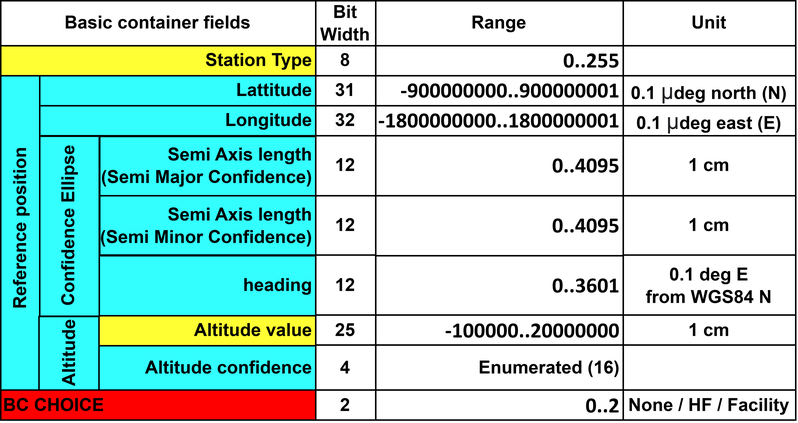
sandaruwanjayaweera/v2xplus keeps this draw.io diagram as uav_cam/protocol stack basic container.drawio.png. Above is the earlier version. Source tidied: cells renumbered, new cells last; positions are measured from the earlier drawing's top-left corner, leaving out a move shared by most shapes.
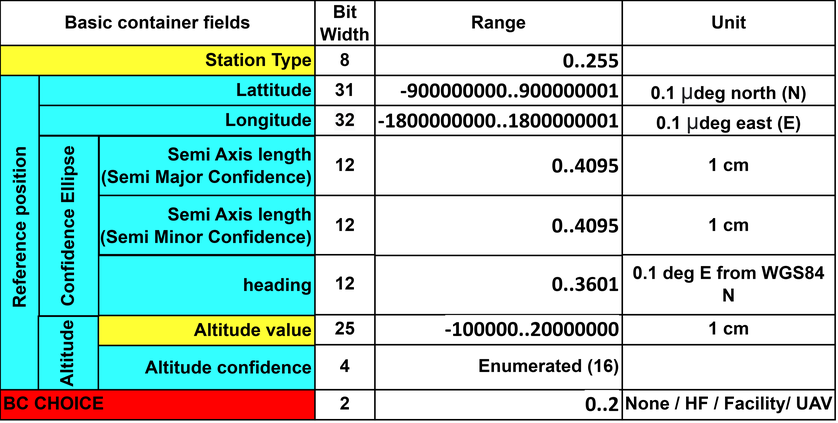
After the commit.

Commit message:
choice flexible

What changed in the source:
```diff
@@ -81,31 +81,31 @@
       <mxGeometry x="346" y="229.5" width="165" height="30" as="geometry" />
     </mxCell>
     <mxCell id="28" value="Unit" style="rounded=0;whiteSpace=wrap;html=1;align=center;fillColor=#FFFFFF;fontStyle=1;" parent="1" vertex="1">
-      <mxGeometry x="511" width="115" height="30" as="geometry" />
+      <mxGeometry x="511" width="142" height="30" as="geometry" />
     </mxCell>
     <mxCell id="29" style="rounded=0;whiteSpace=wrap;html=1;align=center;fillColor=#FFFFFF;fontStyle=1;" parent="1" vertex="1">
-      <mxGeometry x="511" y="30" width="115" height="20" as="geometry" />
+      <mxGeometry x="511" y="30" width="142" height="20" as="geometry" />
     </mxCell>
     <mxCell id="30" value="0.1&amp;nbsp;&lt;span style=&quot;color: rgb(32 , 33 , 36) ; font-family: &amp;#34;arial&amp;#34; , sans-serif ; font-weight: 400 ; text-align: left ; background-color: rgb(255 , 255 , 255)&quot;&gt;&lt;font style=&quot;font-size: 15px&quot;&gt;µ&lt;/font&gt;&lt;/span&gt;deg north (N)" style="rounded=0;whiteSpace=wrap;html=1;align=center;fillColor=#FFFFFF;fontStyle=1;" parent="1" vertex="1">
-      <mxGeometry x="511" y="50" width="115" height="20" as="geometry" />
+      <mxGeometry x="511" y="50" width="142" height="20" as="geometry" />
     </mxCell>
     <mxCell id="31" value="0.1&amp;nbsp;&lt;span style=&quot;color: rgb(32 , 33 , 36) ; font-family: &amp;#34;arial&amp;#34; , sans-serif ; font-weight: 400 ; text-align: left ; background-color: rgb(255 , 255 , 255)&quot;&gt;&lt;font style=&quot;font-size: 15px&quot;&gt;µ&lt;/font&gt;&lt;/span&gt;deg&amp;nbsp;east (E)" style="rounded=0;whiteSpace=wrap;html=1;align=center;fillColor=#FFFFFF;fontStyle=1;" parent="1" vertex="1">
-      <mxGeometry x="511" y="70" width="115" height="20" as="geometry" />
+      <mxGeometry x="511" y="70" width="142" height="20" as="geometry" />
     </mxCell>
     <mxCell id="32" value="1 cm" style="rounded=0;whiteSpace=wrap;html=1;align=center;fillColor=#FFFFFF;fontStyle=1;" parent="1" vertex="1">
-      <mxGeometry x="511" y="90" width="115" height="40" as="geometry" />
+      <mxGeometry x="511" y="90" width="142" height="40" as="geometry" />
     </mxCell>
     <mxCell id="33" value="1 cm" style="rounded=0;whiteSpace=wrap;html=1;align=center;fillColor=#FFFFFF;fontStyle=1;" parent="1" vertex="1">
-      <mxGeometry x="511" y="130" width="115" height="40" as="geometry" />
+      <mxGeometry x="511" y="130" width="142" height="40" as="geometry" />
     </mxCell>
     <mxCell id="34" value="0.1 deg E from&amp;nbsp;&lt;span class=&quot;fontstyle0&quot;&gt;WGS84 N&lt;/span&gt; " style="rounded=0;whiteSpace=wrap;html=1;align=center;fillColor=#FFFFFF;fontStyle=1;" parent="1" vertex="1">
-      <mxGeometry x="511" y="169.5" width="115" height="40" as="geometry" />
+      <mxGeometry x="511" y="169.5" width="142" height="40" as="geometry" />
     </mxCell>
     <mxCell id="35" value="1 cm" style="rounded=0;whiteSpace=wrap;html=1;align=center;fillColor=#FFFFFF;fontStyle=1;" parent="1" vertex="1">
-      <mxGeometry x="511" y="209.5" width="115" height="20" as="geometry" />
+      <mxGeometry x="511" y="209.5" width="142" height="20" as="geometry" />
     </mxCell>
     <mxCell id="36" style="rounded=0;whiteSpace=wrap;html=1;align=center;fillColor=#FFFFFF;fontStyle=1;" parent="1" vertex="1">
-      <mxGeometry x="511" y="229.5" width="115" height="30" as="geometry" />
+      <mxGeometry x="511" y="229.5" width="142" height="30" as="geometry" />
     </mxCell>
     <mxCell id="37" value="Station Type" style="rounded=0;whiteSpace=wrap;html=1;align=right;fillColor=#FFFF33;fontStyle=1;" parent="1" vertex="1">
       <mxGeometry x="96" y="30" width="210" height="20" as="geometry" />
@@ -128,8 +128,8 @@
     <mxCell id="43" value="&lt;span style=&quot;font-family: calibri, &amp;quot;segoe ui&amp;quot;, calibri, thonburi, arial, verdana, sans-serif, &amp;quot;mongolian baiti&amp;quot;, &amp;quot;microsoft yi baiti&amp;quot;, &amp;quot;javanese text&amp;quot;; font-size: 14.6667px; background-color: rgb(255, 255, 255);&quot;&gt;0..2&lt;/span&gt;" style="rounded=0;whiteSpace=wrap;html=1;align=right;fillColor=#FFFFFF;fontStyle=1;" parent="1" vertex="1">
       <mxGeometry x="346" y="259.5" width="165" height="20" as="geometry" />
     </mxCell>
-    <mxCell id="44" value="None / HF / Facility" style="rounded=0;whiteSpace=wrap;html=1;align=center;fillColor=#FFFFFF;fontStyle=1;" parent="1" vertex="1">
-      <mxGeometry x="511" y="259.5" width="115" height="20" as="geometry" />
+    <mxCell id="44" value="None / HF / Facility/ UAV" style="rounded=0;whiteSpace=wrap;html=1;align=center;fillColor=#FFFFFF;fontStyle=1;" parent="1" vertex="1">
+      <mxGeometry x="511" y="259.5" width="142" height="20" as="geometry" />
     </mxCell>
   </root>
 </mxGraphModel>
```
